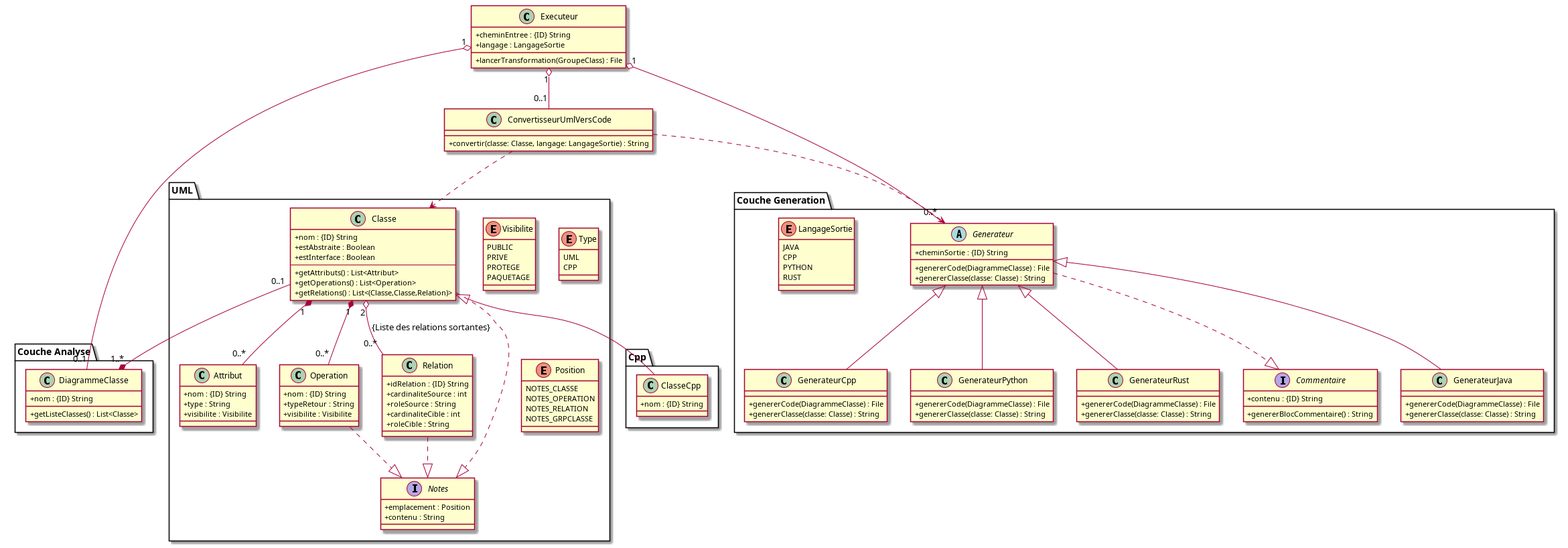
Before: doc/fichier_png/diagramme_commun.png, a diagram exported from PlantUML (RasdaCorentin/PlantUML2Code). Its source is kept beside it as doc/fichier_puml/diagramme_commun.puml. Source of this version:
```plantuml
@startuml
skinparam classAttributeIconSize 0

class Executeur {
  +cheminEntree : {ID} String
  +langage : LangageSortie
  +lancerTransformation(GroupeClass) : File
}

class ConvertisseurUmlVersCode {
  +convertir(classe: Classe, langage: LangageSortie) : String
}

package "Couche Analyse" {
  class DiagrammeClasse {
    +nom : {ID} String
    +getListeClasses() : List<Classe>
  }
}

package UML {
  class "Classe" as UMLClasse {
    +nom : {ID} String
    +estAbstraite : Boolean
    +estInterface : Boolean
    ---
    +getAttributs() : List<Attribut>
    +getOperations() : List<Operation>
    +getRelations() : List<(Classe,Classe,Relation)>
  }

  UMLClasse "1" *-- "0..*" Attribut
  UMLClasse "1" *-- "0..*" Operation
  UMLClasse "2" o-- "0..*" Relation  : "{Liste des relations sortantes}"

  enum Visibilite {
    PUBLIC
    PRIVE
    PROTEGE
    PAQUETAGE
  }

  class Attribut {
    +nom : {ID} String
    +type : String
    +visibilite : Visibilite
  }

  class Operation {
    +nom : {ID} String
    +typeRetour : String
    +visibilite : Visibilite
  }

  class Relation {
    +idRelation : {ID} String
    +cardinaliteSource : int
    +roleSource : String
    +cardinaliteCible : int
    +roleCible : String
  }

  enum Type {
    UML
    CPP
  }

  enum Position {
    NOTES_CLASSE
    NOTES_OPERATION
    NOTES_RELATION
    NOTES_GRPCLASSE
  }

  interface Notes {
    +emplacement : Position
    +contenu : String
  }

  UMLClasse ..|> Notes
  Relation ..|> Notes
  Operation ..|> Notes
}

UMLClasse "0..1" --* "1..*" DiagrammeClasse

package "Couche Generation" {
  abstract class Generateur {
    +cheminSortie : {ID} String
    +genererCode(DiagrammeClasse) : File
    +genererClasse(classe: Classe) : String
  }

  class GenerateurJava {
    +genererCode(DiagrammeClasse) : File
    +genererClasse(classe: Classe) : String
  }

  class GenerateurCpp {
    +genererCode(DiagrammeClasse) : File
    +genererClasse(classe: Classe) : String
  }

  class GenerateurPython {
    +genererCode(DiagrammeClasse) : File
    +genererClasse(classe: Classe) : String
  }

  class GenerateurRust {
    +genererCode(DiagrammeClasse) : File
    +genererClasse(classe: Classe) : String
  }

  enum LangageSortie {
    JAVA
    CPP
    PYTHON
    RUST
  }

  interface Commentaire {
    +contenu : {ID} String
    +genererBlocCommentaire() : String
  }

  Generateur ..|> Commentaire
}

Executeur "1" o-- "0..1" DiagrammeClasse
Executeur "1" o-- "0..*" Generateur
Executeur "1" o-- "0..1" ConvertisseurUmlVersCode

ConvertisseurUmlVersCode ..> Generateur
ConvertisseurUmlVersCode ..> UMLClasse

Generateur <|-- GenerateurJava
Generateur <|-- GenerateurCpp
Generateur <|-- GenerateurPython
Generateur <|-- GenerateurRust

package Cpp {
  class ClasseCpp {
    +nom : {ID} String
  }
}

UMLClasse <|-- ClasseCpp

@enduml
```
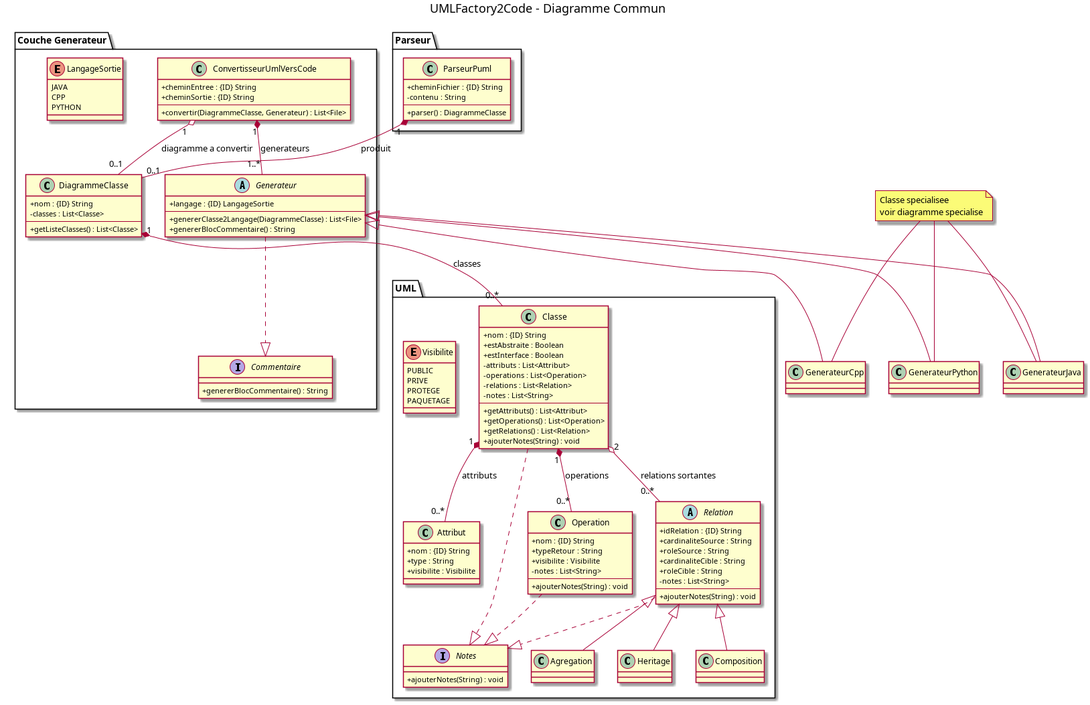
After the commit.

Commit message:
Mise à jour du diagramme commun + extension format png

The edit, as a diff of the source:
```diff
@@ -1,43 +1,60 @@
 @startuml
+title UMLFactory2Code - Diagramme Commun
 skinparam classAttributeIconSize 0
 
-class Executeur {
-  +cheminEntree : {ID} String
-  +langage : LangageSortie
-  +lancerTransformation(GroupeClass) : File
+package "Couche Generateur" {
+
+  class ConvertisseurUmlVersCode {
+    +cheminEntree : {ID} String
+    +cheminSortie : {ID} String
+    ---
+    +convertir(DiagrammeClasse, Generateur) : List<File>
+  }
+
+  abstract class Generateur {
+    +langage : {ID} LangageSortie
+    ---
+    +genererClasse2Langage(DiagrammeClasse) : List<File>
+    +genererBlocCommentaire() : String
+  }
+
+  enum LangageSortie {
+    JAVA
+    CPP
+    PYTHON
+  }
+
+  interface Commentaire {
+    +genererBlocCommentaire() : String
+  }
+
+  Generateur ..|> Commentaire
+  ConvertisseurUmlVersCode "1" o-- "0..1" DiagrammeClasse : "diagramme a convertir"
+  ConvertisseurUmlVersCode "1" *-- "1..*" Generateur : "generateurs"
 }
 
-class ConvertisseurUmlVersCode {
-  +convertir(classe: Classe, langage: LangageSortie) : String
-}
+package "UML" {
 
-package "Couche Analyse" {
   class DiagrammeClasse {
     +nom : {ID} String
+    -classes : List<Classe>
+    ---
     +getListeClasses() : List<Classe>
   }
-}
 
-package UML {
   class "Classe" as UMLClasse {
     +nom : {ID} String
     +estAbstraite : Boolean
     +estInterface : Boolean
+    -attributs : List<Attribut>
+    -operations : List<Operation>
+    -relations : List<Relation>
+    -notes : List<String>
     ---
     +getAttributs() : List<Attribut>
     +getOperations() : List<Operation>
-    +getRelations() : List<(Classe,Classe,Relation)>
-  }
-
-  UMLClasse "1" *-- "0..*" Attribut
-  UMLClasse "1" *-- "0..*" Operation
-  UMLClasse "2" o-- "0..*" Relation  : "{Liste des relations sortantes}"
-
-  enum Visibilite {
-    PUBLIC
-    PRIVE
-    PROTEGE
-    PAQUETAGE
+    +getRelations() : List<Relation>
+    +ajouterNotes(String) : void
   }
 
   class Attribut {
@@ -50,100 +67,76 @@
     +nom : {ID} String
     +typeRetour : String
     +visibilite : Visibilite
+    -notes : List<String>
+    ---
+    +ajouterNotes(String) : void
   }
 
-  class Relation {
+  abstract class Relation {
     +idRelation : {ID} String
-    +cardinaliteSource : int
+    +cardinaliteSource : String
     +roleSource : String
-    +cardinaliteCible : int
+    +cardinaliteCible : String
     +roleCible : String
+    -notes : List<String>
+    ---
+    +ajouterNotes(String) : void
   }
 
-  enum Type {
-    UML
-    CPP
+  class Composition {
   }
 
-  enum Position {
-    NOTES_CLASSE
-    NOTES_OPERATION
-    NOTES_RELATION
-    NOTES_GRPCLASSE
+  class Agregation {
+  }
+
+  class Heritage {
+  }
+
+  enum Visibilite {
+    PUBLIC
+    PRIVE
+    PROTEGE
+    PAQUETAGE
   }
 
   interface Notes {
-    +emplacement : Position
-    +contenu : String
+    +ajouterNotes(String) : void
   }
 
+  Relation <|-- Composition
+  Relation <|-- Agregation
+  Relation <|-- Heritage
+
   UMLClasse ..|> Notes
+  Operation ..|> Notes
   Relation ..|> Notes
-  Operation ..|> Notes
+
+  DiagrammeClasse "1" *-- "0..*" UMLClasse : "classes"
+  UMLClasse "1" *-- "0..*" Attribut : "attributs"
+  UMLClasse "1" *-- "0..*" Operation : "operations"
+
+  UMLClasse "2" o-- "0..*" Relation : "relations sortantes"
 }
 
-UMLClasse "0..1" --* "1..*" DiagrammeClasse
+package "Parseur" {
 
-package "Couche Generation" {
-  abstract class Generateur {
-    +cheminSortie : {ID} String
-    +genererCode(DiagrammeClasse) : File
-    +genererClasse(classe: Classe) : String
+  class ParseurPuml {
+    +cheminFichier : {ID} String
+    -contenu : String
+    ---
+    +parser() : DiagrammeClasse
   }
 
-  class GenerateurJava {
-    +genererCode(DiagrammeClasse) : File
-    +genererClasse(classe: Classe) : String
-  }
-
-  class GenerateurCpp {
-    +genererCode(DiagrammeClasse) : File
-    +genererClasse(classe: Classe) : String
-  }
-
-  class GenerateurPython {
-    +genererCode(DiagrammeClasse) : File
-    +genererClasse(classe: Classe) : String
-  }
-
-  class GenerateurRust {
-    +genererCode(DiagrammeClasse) : File
-    +genererClasse(classe: Classe) : String
-  }
-
-  enum LangageSortie {
-    JAVA
-    CPP
-    PYTHON
-    RUST
-  }
-
-  interface Commentaire {
-    +contenu : {ID} String
-    +genererBlocCommentaire() : String
-  }
-
-  Generateur ..|> Commentaire
+  ParseurPuml "1" *-- "0..1" DiagrammeClasse : "produit"
 }
-
-Executeur "1" o-- "0..1" DiagrammeClasse
-Executeur "1" o-- "0..*" Generateur
-Executeur "1" o-- "0..1" ConvertisseurUmlVersCode
-
-ConvertisseurUmlVersCode ..> Generateur
-ConvertisseurUmlVersCode ..> UMLClasse
 
 Generateur <|-- GenerateurJava
 Generateur <|-- GenerateurCpp
 Generateur <|-- GenerateurPython
-Generateur <|-- GenerateurRust
 
-package Cpp {
-  class ClasseCpp {
-    +nom : {ID} String
-  }
-}
-
-UMLClasse <|-- ClasseCpp
+note "Classe specialisee\nvoir diagramme specialise" as N1
+N1 -- GenerateurJava
+N1 -- GenerateurCpp
+N1 -- GenerateurPython
 
 @enduml
```
